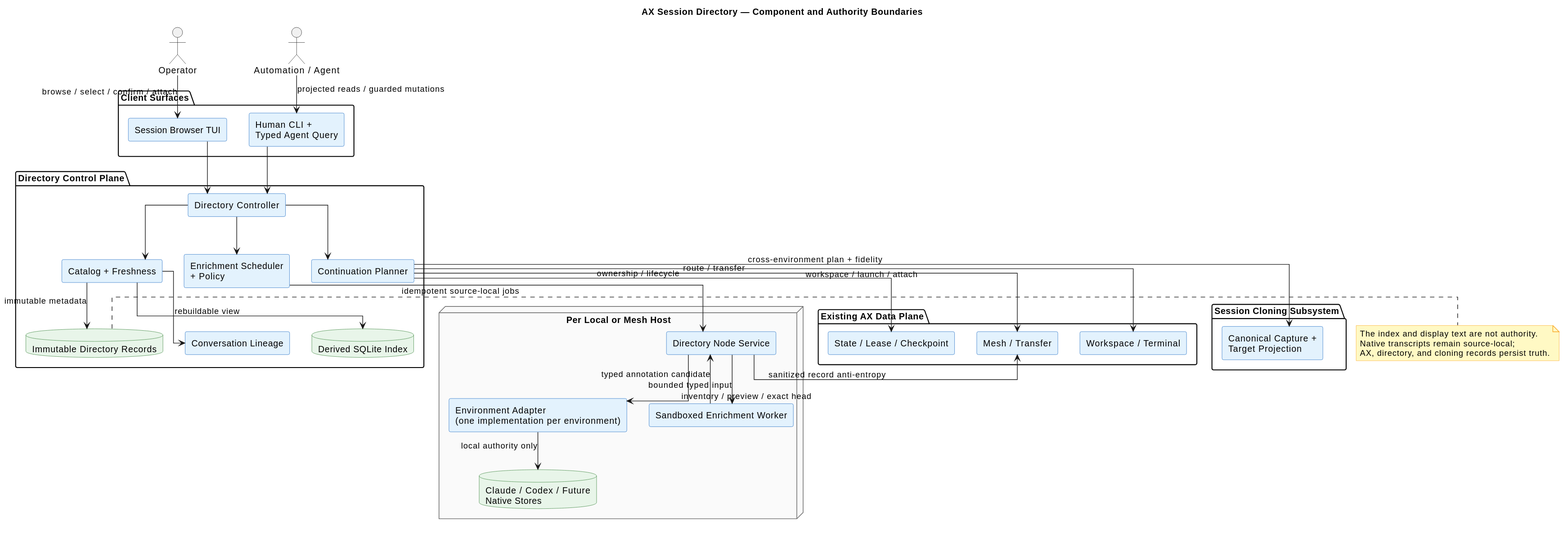
The PlantUML diagram diagrams/artefacts/session_directory_components.svg in relux-works/agent-session-manager-spec, before a commit. Its diagram source:
```plantuml
@startuml
skinparam BackgroundColor #FFFFFF
skinparam componentStyle rectangle
skinparam linetype ortho
skinparam component {
    BackgroundColor #E3F2FD
    BorderColor #1565C0
    FontColor #000000
}
skinparam database {
    BackgroundColor #E8F5E9
    BorderColor #2E7D32
    FontColor #000000
}
skinparam node {
    BackgroundColor #FAFAFA
    BorderColor #616161
    FontColor #000000
}
skinparam note {
    BackgroundColor #FFF9C4
    BorderColor #F9A825
    FontColor #000000
}
top to bottom direction

title AX Session Directory — Component and Authority Boundaries

actor Operator
actor "Automation / Agent" as Automation

package "Client Surfaces" as Clients {
    component "Session Browser TUI" as TUI
    component "Human CLI +\nTyped Agent Query" as Query
}

package "Directory Control Plane" as Directory {
    component "Directory Controller" as Controller
    component "Catalog + Freshness" as Catalog
    component "Conversation Lineage" as Lineage
    component "Enrichment Scheduler\n+ Policy" as Enrichment
    component "Continuation Planner" as Planner
    database "Derived SQLite Index" as Index
    database "Immutable Directory Records" as Records
}

package "Existing AX Data Plane" as AX {
    component "State / Lease / Checkpoint" as AXState
    component "Mesh / Transfer" as AXMesh
    component "Workspace / Terminal" as AXRuntime
}

node "Per Local or Mesh Host" as Host {
    component "Directory Node Service" as NodeService
    component "Environment Adapter\n(one implementation per environment)" as Adapter
    component "Sandboxed Enrichment Worker" as Worker
    database "Claude / Codex / Future\nNative Stores" as NativeStores
}

package "Session Cloning Subsystem" as CloneSystem {
    component "Canonical Capture +\nTarget Projection" as Cloning
}

Operator --> TUI : browse / select / confirm / attach
Automation --> Query : projected reads / guarded mutations
TUI --> Controller
Query --> Controller

Controller --> Catalog
Controller --> Enrichment
Controller --> Planner
Catalog --> Lineage
Catalog --> Index : rebuildable view
Catalog --> Records : immutable metadata

Enrichment --> NodeService : idempotent source-local jobs
NodeService --> Adapter : inventory / preview / exact head
NodeService --> Worker : bounded typed input
Adapter --> NativeStores : local authority only
Worker --> NodeService : typed annotation candidate

NodeService --> AXMesh : sanitized record anti-entropy
Planner --> AXState : ownership / lifecycle
Planner --> AXMesh : route / transfer
Planner --> AXRuntime : workspace / launch / attach
Planner --> Cloning : cross-environment plan + fidelity

AXState -[hidden]right-> NodeService
NodeService -[hidden]right-> Cloning

note right of Records
  The index and display text are not authority.
  Native transcripts remain source-local;
  AX, directory, and cloning records persist truth.
end note
@enduml
```
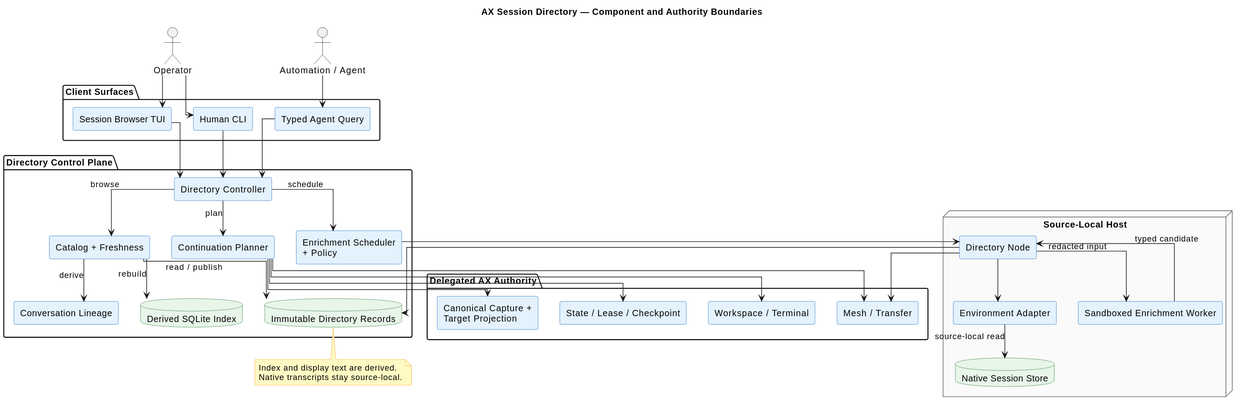
Above is the later version.

The edit, as a diff of the source:
```diff
@@ -2,6 +2,8 @@
 skinparam BackgroundColor #FFFFFF
 skinparam componentStyle rectangle
 skinparam linetype ortho
+skinparam nodesep 35
+skinparam ranksep 45
 skinparam component {
     BackgroundColor #E3F2FD
     BorderColor #1565C0
@@ -31,7 +33,8 @@
 
 package "Client Surfaces" as Clients {
     component "Session Browser TUI" as TUI
-    component "Human CLI +\nTyped Agent Query" as Query
+    component "Human CLI" as CLI
+    component "Typed Agent Query" as Query
 }
 
 package "Directory Control Plane" as Directory {
@@ -44,53 +47,49 @@
     database "Immutable Directory Records" as Records
 }
 
-package "Existing AX Data Plane" as AX {
+package "Delegated AX Authority" as AX {
     component "State / Lease / Checkpoint" as AXState
     component "Mesh / Transfer" as AXMesh
     component "Workspace / Terminal" as AXRuntime
-}
-
-node "Per Local or Mesh Host" as Host {
-    component "Directory Node Service" as NodeService
-    component "Environment Adapter\n(one implementation per environment)" as Adapter
-    component "Sandboxed Enrichment Worker" as Worker
-    database "Claude / Codex / Future\nNative Stores" as NativeStores
-}
-
-package "Session Cloning Subsystem" as CloneSystem {
     component "Canonical Capture +\nTarget Projection" as Cloning
 }
 
-Operator --> TUI : browse / select / confirm / attach
-Automation --> Query : projected reads / guarded mutations
+node "Source-Local Host" as Host {
+    component "Directory Node" as NodeService
+    component "Environment Adapter" as Adapter
+    component "Sandboxed Enrichment Worker" as Worker
+    database "Native Session Store" as NativeStores
+}
+
+Operator --> TUI
+Operator --> CLI
+Automation --> Query
 TUI --> Controller
+CLI --> Controller
 Query --> Controller
 
-Controller --> Catalog
-Controller --> Enrichment
-Controller --> Planner
-Catalog --> Lineage
-Catalog --> Index : rebuildable view
-Catalog --> Records : immutable metadata
+Controller --> Catalog : browse
+Controller --> Enrichment : schedule
+Controller --> Planner : plan
+Catalog --> Lineage : derive
+Catalog --> Index : rebuild
+Catalog --> Records : read / publish
 
-Enrichment --> NodeService : idempotent source-local jobs
-NodeService --> Adapter : inventory / preview / exact head
-NodeService --> Worker : bounded typed input
-Adapter --> NativeStores : local authority only
-Worker --> NodeService : typed annotation candidate
+Enrichment --> NodeService
+NodeService --> Adapter
+NodeService --> Worker : redacted input
+Adapter --> NativeStores : source-local read
+Worker --> NodeService : typed candidate
+NodeService --> Records
 
-NodeService --> AXMesh : sanitized record anti-entropy
-Planner --> AXState : ownership / lifecycle
-Planner --> AXMesh : route / transfer
-Planner --> AXRuntime : workspace / launch / attach
-Planner --> Cloning : cross-environment plan + fidelity
+NodeService --> AXMesh
+Planner --> AXState
+Planner --> AXMesh
+Planner --> AXRuntime
+Planner --> Cloning
 
-AXState -[hidden]right-> NodeService
-NodeService -[hidden]right-> Cloning
-
-note right of Records
-  The index and display text are not authority.
-  Native transcripts remain source-local;
-  AX, directory, and cloning records persist truth.
+note bottom of Records
+  Index and display text are derived.
+  Native transcripts stay source-local.
 end note
 @enduml
```
